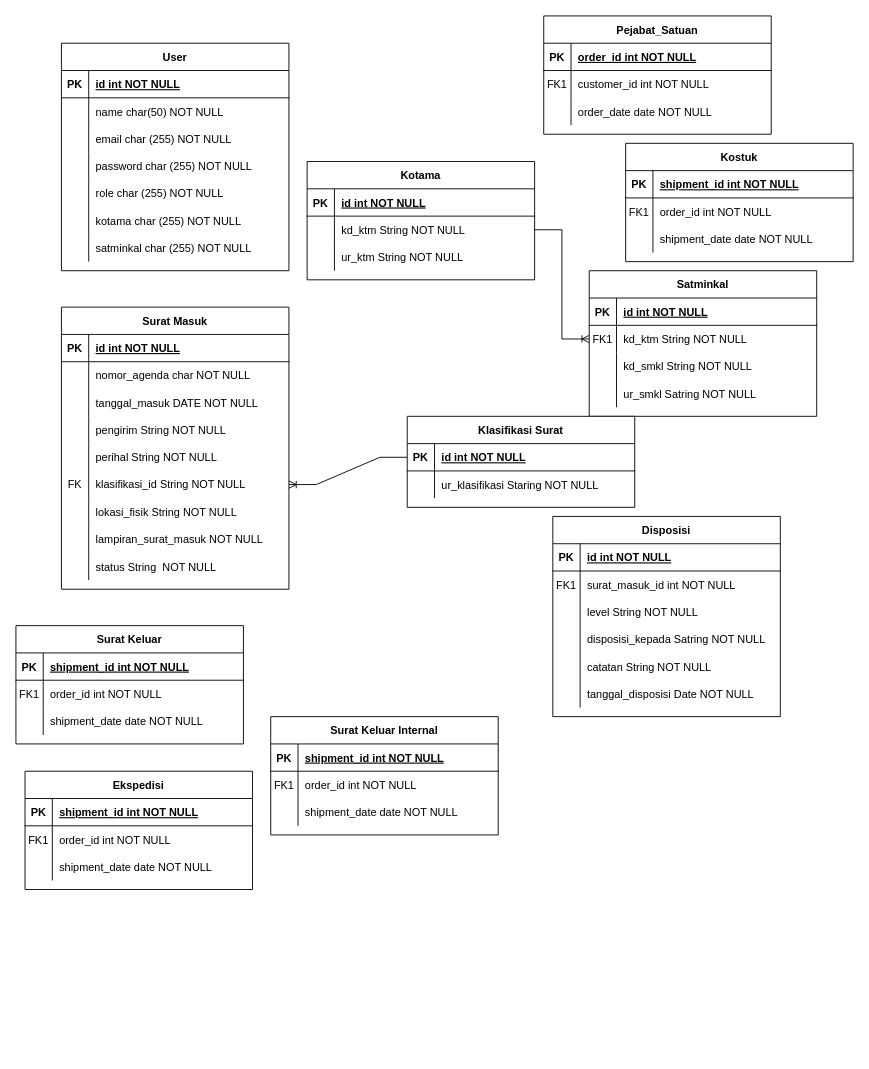
This is Untitled Diagram.drawio from frizcool/frizcool, a draw.io file, before an edit. Source tidied: cells renumbered, new cells numbered last; positions are measured from the earlier drawing's top-left corner, leaving out a move shared by most shapes. Both pictures are drawn from the tidied source at 91%, with x=0, y=0 at pixel (15, 15).
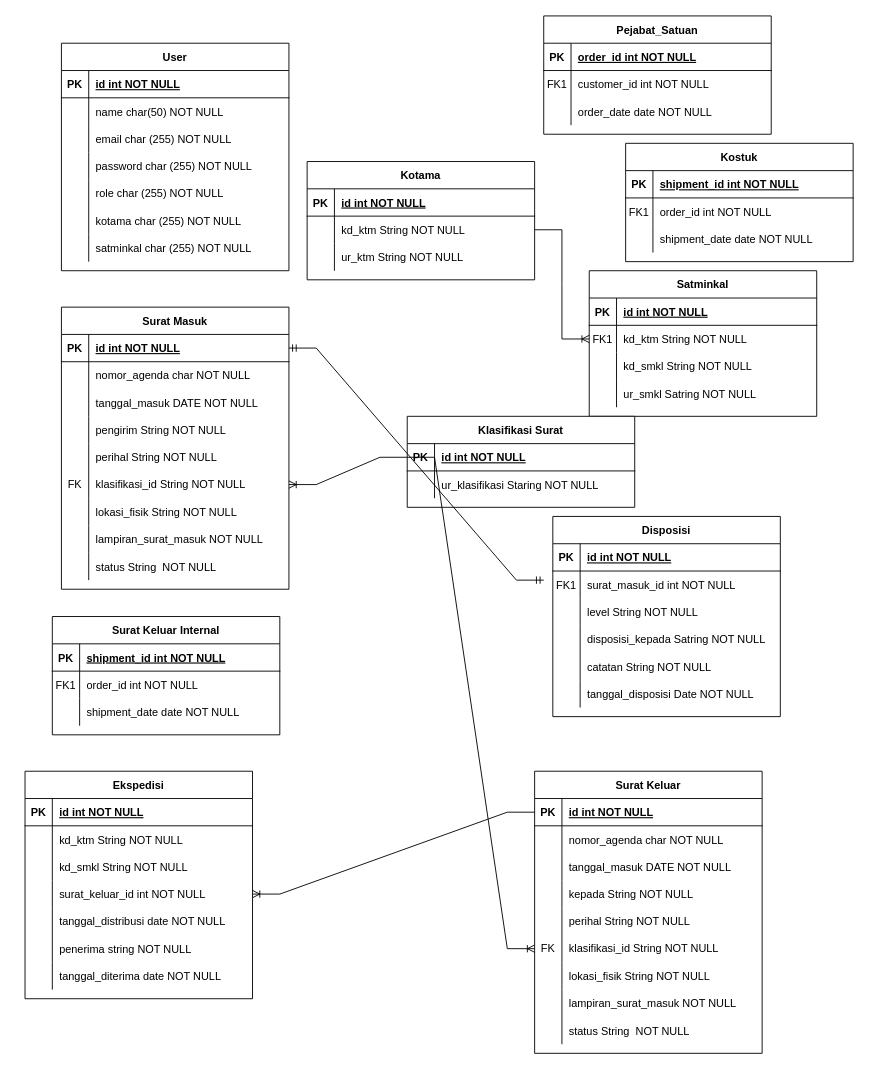
The same page after the edit.

Unchanged cells that the change refers to:
```xml
<mxCell id="68" style="shape=partialRectangle;fillColor=none;points=[[0,0.5],[1,0.5]];portConstraint=eastwest;top=0;left=0;right=0;bottom=1;" parent="67" vertex="1">
  <mxGeometry y="30" width="250" height="30" as="geometry" />
</mxCell>
<mxCell id="114" style="shape=partialRectangle;fillColor=none;top=0;left=0;right=0;bottom=1;" parent="113" vertex="1">
  <mxGeometry y="30" width="250" height="30" as="geometry" />
</mxCell>
<mxCell id="117" style="shape=partialRectangle;fillColor=none;top=0;left=0;right=0;bottom=0;" parent="113" vertex="1">
  <mxGeometry y="60" width="250" height="30" as="geometry" />
</mxCell>
<mxCell id="120" style="shape=partialRectangle;fillColor=none;top=0;left=0;right=0;bottom=0;" parent="113" vertex="1">
  <mxGeometry y="90" width="250" height="30" as="geometry" />
</mxCell>
<mxCell id="124" style="shape=partialRectangle;fillColor=none;points=[[0,0.5],[1,0.5]];portConstraint=eastwest;top=0;left=0;right=0;bottom=1;" parent="123" vertex="1">
  <mxGeometry y="30" width="250" height="30" as="geometry" />
</mxCell>
```

Change to the diagram source:
```diff
@@
-    <mxCell id="93" value="Surat Keluar" style="shape=table;startSize=30;childLayout=tableLayout;rowLines=0;fontStyle=1;align=center;" parent="1" vertex="1">
-      <mxGeometry y="670" width="250" height="130" as="geometry" />
-    </mxCell>
-    <mxCell id="94" style="shape=partialRectangle;fillColor=none;points=[[0,0.5],[1,0.5]];portConstraint=eastwest;top=0;left=0;right=0;bottom=1;" parent="93" vertex="1">
-      <mxGeometry y="30" width="250" height="30" as="geometry" />
-    </mxCell>
-    <mxCell id="95" value="PK" style="shape=partialRectangle;overflow=hidden;fillColor=none;top=0;left=0;bottom=0;right=0;fontStyle=1;" parent="94" vertex="1">
-      <mxGeometry width="30" height="30" as="geometry" />
-    </mxCell>
-    <mxCell id="96" value="shipment_id int NOT NULL " style="shape=partialRectangle;overflow=hidden;fillColor=none;top=0;left=0;bottom=0;right=0;align=left;spacingLeft=6;fontStyle=5;" parent="94" vertex="1">
-      <mxGeometry x="30" width="220" height="30" as="geometry" />
-    </mxCell>
-    <mxCell id="97" style="shape=partialRectangle;fillColor=none;top=0;left=0;right=0;bottom=0;" parent="93" vertex="1">
-      <mxGeometry y="60" width="250" height="30" as="geometry" />
-    </mxCell>
-    <mxCell id="98" value="FK1" style="shape=partialRectangle;overflow=hidden;fillColor=none;top=0;left=0;bottom=0;right=0;" parent="97" vertex="1">
-      <mxGeometry width="30" height="30" as="geometry" />
-    </mxCell>
-    <mxCell id="99" value="order_id int NOT NULL" style="shape=partialRectangle;overflow=hidden;fillColor=none;top=0;left=0;bottom=0;right=0;align=left;spacingLeft=6;" parent="97" vertex="1">
-      <mxGeometry x="30" width="220" height="30" as="geometry" />
-    </mxCell>
-    <mxCell id="100" style="shape=partialRectangle;fillColor=none;top=0;left=0;right=0;bottom=0;" parent="93" vertex="1">
-      <mxGeometry y="90" width="250" height="30" as="geometry" />
-    </mxCell>
-    <mxCell id="101" style="shape=partialRectangle;overflow=hidden;fillColor=none;top=0;left=0;bottom=0;right=0;" parent="100" vertex="1">
-      <mxGeometry width="30" height="30" as="geometry" />
-    </mxCell>
-    <mxCell id="102" value="shipment_date date NOT NULL" style="shape=partialRectangle;overflow=hidden;fillColor=none;top=0;left=0;bottom=0;right=0;align=left;spacingLeft=6;" parent="100" vertex="1">
-      <mxGeometry x="30" width="220" height="30" as="geometry" />
-    </mxCell>
     <mxCell id="103" value="Surat Keluar Internal" style="shape=table;startSize=30;childLayout=tableLayout;rowLines=0;fontStyle=1;align=center;" parent="1" vertex="1">
-      <mxGeometry x="280" y="770" width="250" height="130" as="geometry" />
+      <mxGeometry x="40" y="660" width="250" height="130" as="geometry" />
     </mxCell>
@@
     <mxCell id="113" value="Ekspedisi" style="shape=table;startSize=30;childLayout=tableLayout;rowLines=0;fontStyle=1;align=center;" parent="1" vertex="1">
-      <mxGeometry x="10" y="830" width="250" height="130" as="geometry" />
+      <mxGeometry x="10" y="830" width="250" height="250" as="geometry" />
     </mxCell>
@@
-    <mxCell id="116" value="shipment_id int NOT NULL " style="shape=partialRectangle;overflow=hidden;fillColor=none;top=0;left=0;bottom=0;right=0;align=left;spacingLeft=6;fontStyle=5;" parent="114" vertex="1">
+    <mxCell id="116" value="id int NOT NULL " style="shape=partialRectangle;overflow=hidden;fillColor=none;top=0;left=0;bottom=0;right=0;align=left;spacingLeft=6;fontStyle=5;" parent="114" vertex="1">
       <mxGeometry x="30" width="220" height="30" as="geometry" />
     </mxCell>
@@
-    <mxCell id="118" value="FK1" style="shape=partialRectangle;overflow=hidden;fillColor=none;top=0;left=0;bottom=0;right=0;" parent="117" vertex="1">
+    <mxCell id="118" style="shape=partialRectangle;overflow=hidden;fillColor=none;top=0;left=0;bottom=0;right=0;" parent="117" vertex="1">
       <mxGeometry width="30" height="30" as="geometry" />
     </mxCell>
-    <mxCell id="119" value="order_id int NOT NULL" style="shape=partialRectangle;overflow=hidden;fillColor=none;top=0;left=0;bottom=0;right=0;align=left;spacingLeft=6;" parent="117" vertex="1">
+    <mxCell id="119" value="kd_ktm String NOT NULL" style="shape=partialRectangle;overflow=hidden;fillColor=none;top=0;left=0;bottom=0;right=0;align=left;spacingLeft=6;" parent="117" vertex="1">
       <mxGeometry x="30" width="220" height="30" as="geometry" />
     </mxCell>
@@
-    <mxCell id="122" value="shipment_date date NOT NULL" style="shape=partialRectangle;overflow=hidden;fillColor=none;top=0;left=0;bottom=0;right=0;align=left;spacingLeft=6;" parent="120" vertex="1">
+    <mxCell id="122" value="kd_smkl String NOT NULL" style="shape=partialRectangle;overflow=hidden;fillColor=none;top=0;left=0;bottom=0;right=0;align=left;spacingLeft=6;" parent="120" vertex="1">
       <mxGeometry x="30" width="220" height="30" as="geometry" />
     </mxCell>
+    <mxCell id="153" style="shape=tableRow;horizontal=0;startSize=0;swimlaneHead=0;swimlaneBody=0;fillColor=none;points=[[0,0.5],[1,0.5]];portConstraint=eastwest;top=0;left=0;right=0;bottom=0;" parent="113" vertex="1">
+      <mxGeometry y="120" width="250" height="30" as="geometry" />
+    </mxCell>
+    <mxCell id="154" style="shape=partialRectangle;fillColor=none;top=0;left=0;bottom=0;right=0;overflow=hidden;" parent="153" vertex="1">
+      <mxGeometry width="30" height="30" as="geometry" />
+    </mxCell>
+    <mxCell id="155" value="surat_keluar_id int NOT NULL" style="shape=partialRectangle;fillColor=none;top=0;left=0;bottom=0;right=0;align=left;spacingLeft=6;overflow=hidden;" parent="153" vertex="1">
+      <mxGeometry x="30" width="220" height="30" as="geometry" />
+    </mxCell>
+    <mxCell id="156" style="shape=tableRow;horizontal=0;startSize=0;swimlaneHead=0;swimlaneBody=0;fillColor=none;top=0;left=0;right=0;bottom=0;" parent="113" vertex="1">
+      <mxGeometry y="150" width="250" height="30" as="geometry" />
+    </mxCell>
+    <mxCell id="157" style="shape=partialRectangle;fillColor=none;top=0;left=0;bottom=0;right=0;overflow=hidden;" parent="156" vertex="1">
+      <mxGeometry width="30" height="30" as="geometry" />
+    </mxCell>
+    <mxCell id="158" value="tanggal_distribusi date NOT NULL" style="shape=partialRectangle;fillColor=none;top=0;left=0;bottom=0;right=0;align=left;spacingLeft=6;overflow=hidden;" parent="156" vertex="1">
+      <mxGeometry x="30" width="220" height="30" as="geometry" />
+    </mxCell>
+    <mxCell id="159" style="shape=tableRow;horizontal=0;startSize=0;swimlaneHead=0;swimlaneBody=0;fillColor=none;top=0;left=0;right=0;bottom=0;" parent="113" vertex="1">
+      <mxGeometry y="180" width="250" height="30" as="geometry" />
+    </mxCell>
+    <mxCell id="160" style="shape=partialRectangle;fillColor=none;top=0;left=0;bottom=0;right=0;overflow=hidden;" parent="159" vertex="1">
+      <mxGeometry width="30" height="30" as="geometry" />
+    </mxCell>
+    <mxCell id="161" value="penerima string NOT NULL" style="shape=partialRectangle;fillColor=none;top=0;left=0;bottom=0;right=0;align=left;spacingLeft=6;overflow=hidden;" parent="159" vertex="1">
+      <mxGeometry x="30" width="220" height="30" as="geometry" />
+    </mxCell>
+    <mxCell id="162" style="shape=tableRow;horizontal=0;startSize=0;swimlaneHead=0;swimlaneBody=0;fillColor=none;top=0;left=0;right=0;bottom=0;" parent="113" vertex="1">
+      <mxGeometry y="210" width="250" height="30" as="geometry" />
+    </mxCell>
+    <mxCell id="163" style="shape=partialRectangle;fillColor=none;top=0;left=0;bottom=0;right=0;overflow=hidden;" parent="162" vertex="1">
+      <mxGeometry width="30" height="30" as="geometry" />
+    </mxCell>
+    <mxCell id="164" value="tanggal_diterima date NOT NULL" style="shape=partialRectangle;fillColor=none;top=0;left=0;bottom=0;right=0;align=left;spacingLeft=6;overflow=hidden;" parent="162" vertex="1">
+      <mxGeometry x="30" width="220" height="30" as="geometry" />
+    </mxCell>
@@
+    <mxCell id="93" value="Surat Keluar" style="shape=table;startSize=30;childLayout=tableLayout;rowLines=0;fontStyle=1;align=center;" parent="1" vertex="1">
+      <mxGeometry x="570" y="830" width="250" height="310" as="geometry" />
+    </mxCell>
+    <mxCell id="94" style="shape=partialRectangle;fillColor=none;points=[[0,0.5],[1,0.5]];portConstraint=eastwest;top=0;left=0;right=0;bottom=1;" parent="93" vertex="1">
+      <mxGeometry y="30" width="250" height="30" as="geometry" />
+    </mxCell>
+    <mxCell id="95" value="PK" style="shape=partialRectangle;overflow=hidden;fillColor=none;top=0;left=0;bottom=0;right=0;fontStyle=1;" parent="94" vertex="1">
+      <mxGeometry width="30" height="30" as="geometry" />
+    </mxCell>
+    <mxCell id="165" value="id int NOT NULL " style="shape=partialRectangle;overflow=hidden;fillColor=none;top=0;left=0;bottom=0;right=0;align=left;spacingLeft=6;fontStyle=5;" parent="94" vertex="1">
+      <mxGeometry x="30" width="220" height="30" as="geometry" />
+    </mxCell>
+    <mxCell id="166" style="shape=tableRow;horizontal=0;startSize=0;swimlaneHead=0;swimlaneBody=0;fillColor=none;top=0;left=0;right=0;bottom=0;" parent="93" vertex="1">
+      <mxGeometry y="60" width="250" height="30" as="geometry" />
+    </mxCell>
+    <mxCell id="167" style="shape=partialRectangle;fillColor=none;top=0;left=0;bottom=0;right=0;overflow=hidden;" parent="166" vertex="1">
+      <mxGeometry width="30" height="30" as="geometry" />
+    </mxCell>
+    <mxCell id="168" value="nomor_agenda char NOT NULL" style="shape=partialRectangle;fillColor=none;top=0;left=0;bottom=0;right=0;align=left;spacingLeft=6;overflow=hidden;" parent="166" vertex="1">
+      <mxGeometry x="30" width="220" height="30" as="geometry" />
+    </mxCell>
+    <mxCell id="169" style="shape=tableRow;horizontal=0;startSize=0;swimlaneHead=0;swimlaneBody=0;fillColor=none;top=0;left=0;right=0;bottom=0;" parent="93" vertex="1">
+      <mxGeometry y="90" width="250" height="30" as="geometry" />
+    </mxCell>
+    <mxCell id="170" style="shape=partialRectangle;fillColor=none;top=0;left=0;bottom=0;right=0;overflow=hidden;" parent="169" vertex="1">
+      <mxGeometry width="30" height="30" as="geometry" />
+    </mxCell>
+    <mxCell id="171" value="tanggal_masuk DATE NOT NULL" style="shape=partialRectangle;fillColor=none;top=0;left=0;bottom=0;right=0;align=left;spacingLeft=6;overflow=hidden;" parent="169" vertex="1">
+      <mxGeometry x="30" width="220" height="30" as="geometry" />
+    </mxCell>
+    <mxCell id="172" style="shape=tableRow;horizontal=0;startSize=0;swimlaneHead=0;swimlaneBody=0;fillColor=none;top=0;left=0;right=0;bottom=0;" parent="93" vertex="1">
+      <mxGeometry y="120" width="250" height="30" as="geometry" />
+    </mxCell>
+    <mxCell id="173" style="shape=partialRectangle;fillColor=none;top=0;left=0;bottom=0;right=0;overflow=hidden;" parent="172" vertex="1">
+      <mxGeometry width="30" height="30" as="geometry" />
+    </mxCell>
+    <mxCell id="174" value="kepada String NOT NULL" style="shape=partialRectangle;fillColor=none;top=0;left=0;bottom=0;right=0;align=left;spacingLeft=6;overflow=hidden;" parent="172" vertex="1">
+      <mxGeometry x="30" width="220" height="30" as="geometry" />
+    </mxCell>
+    <mxCell id="175" style="shape=tableRow;horizontal=0;startSize=0;swimlaneHead=0;swimlaneBody=0;fillColor=none;top=0;left=0;right=0;bottom=0;" parent="93" vertex="1">
+      <mxGeometry y="150" width="250" height="30" as="geometry" />
+    </mxCell>
+    <mxCell id="176" style="shape=partialRectangle;fillColor=none;top=0;left=0;bottom=0;right=0;overflow=hidden;" parent="175" vertex="1">
+      <mxGeometry width="30" height="30" as="geometry" />
+    </mxCell>
+    <mxCell id="177" value="perihal String NOT NULL" style="shape=partialRectangle;fillColor=none;top=0;left=0;bottom=0;right=0;align=left;spacingLeft=6;overflow=hidden;" parent="175" vertex="1">
+      <mxGeometry x="30" width="220" height="30" as="geometry" />
+    </mxCell>
+    <mxCell id="178" style="shape=tableRow;horizontal=0;startSize=0;swimlaneHead=0;swimlaneBody=0;fillColor=none;points=[[0,0.5],[1,0.5]];portConstraint=eastwest;top=0;left=0;right=0;bottom=0;" parent="93" vertex="1">
+      <mxGeometry y="180" width="250" height="30" as="geometry" />
+    </mxCell>
+    <mxCell id="179" value="FK" style="shape=partialRectangle;fillColor=none;top=0;left=0;bottom=0;right=0;fontStyle=0;overflow=hidden;whiteSpace=wrap;html=1;" parent="178" vertex="1">
+      <mxGeometry width="30" height="30" as="geometry" />
+    </mxCell>
+    <mxCell id="180" value="klasifikasi_id String NOT NULL" style="shape=partialRectangle;fillColor=none;top=0;left=0;bottom=0;right=0;align=left;spacingLeft=6;fontStyle=0;overflow=hidden;whiteSpace=wrap;html=1;" parent="178" vertex="1">
+      <mxGeometry x="30" width="220" height="30" as="geometry" />
+    </mxCell>
+    <mxCell id="181" style="shape=tableRow;horizontal=0;startSize=0;swimlaneHead=0;swimlaneBody=0;fillColor=none;top=0;left=0;right=0;bottom=0;" parent="93" vertex="1">
+      <mxGeometry y="210" width="250" height="30" as="geometry" />
+    </mxCell>
+    <mxCell id="182" style="shape=partialRectangle;fillColor=none;top=0;left=0;bottom=0;right=0;overflow=hidden;" parent="181" vertex="1">
+      <mxGeometry width="30" height="30" as="geometry" />
+    </mxCell>
+    <mxCell id="183" value="lokasi_fisik String NOT NULL" style="shape=partialRectangle;fillColor=none;top=0;left=0;bottom=0;right=0;align=left;spacingLeft=6;overflow=hidden;" parent="181" vertex="1">
+      <mxGeometry x="30" width="220" height="30" as="geometry" />
+    </mxCell>
+    <mxCell id="184" style="shape=tableRow;horizontal=0;startSize=0;swimlaneHead=0;swimlaneBody=0;fillColor=none;top=0;left=0;right=0;bottom=0;" parent="93" vertex="1">
+      <mxGeometry y="240" width="250" height="30" as="geometry" />
+    </mxCell>
+    <mxCell id="185" style="shape=partialRectangle;fillColor=none;top=0;left=0;bottom=0;right=0;overflow=hidden;" parent="184" vertex="1">
+      <mxGeometry width="30" height="30" as="geometry" />
+    </mxCell>
+    <mxCell id="186" value="lampiran_surat_masuk NOT NULL" style="shape=partialRectangle;fillColor=none;top=0;left=0;bottom=0;right=0;align=left;spacingLeft=6;overflow=hidden;" parent="184" vertex="1">
+      <mxGeometry x="30" width="220" height="30" as="geometry" />
+    </mxCell>
+    <mxCell id="187" style="shape=tableRow;horizontal=0;startSize=0;swimlaneHead=0;swimlaneBody=0;fillColor=none;top=0;left=0;right=0;bottom=0;" parent="93" vertex="1">
+      <mxGeometry y="270" width="250" height="30" as="geometry" />
+    </mxCell>
+    <mxCell id="188" style="shape=partialRectangle;fillColor=none;top=0;left=0;bottom=0;right=0;overflow=hidden;" parent="187" vertex="1">
+      <mxGeometry width="30" height="30" as="geometry" />
+    </mxCell>
+    <mxCell id="189" value="status String  NOT NULL" style="shape=partialRectangle;fillColor=none;top=0;left=0;bottom=0;right=0;align=left;spacingLeft=6;overflow=hidden;" parent="187" vertex="1">
+      <mxGeometry x="30" width="220" height="30" as="geometry" />
+    </mxCell>
+    <mxCell id="190" style="edgeStyle=entityRelationEdgeStyle;fontSize=12;html=1;endArrow=ERoneToMany;rounded=0;exitX=0;exitY=0.5;exitDx=0;exitDy=0;entryX=0;entryY=0.5;entryDx=0;entryDy=0;" parent="1" edge="1" source="68" target="178">
+      <mxGeometry relative="1" as="geometry" />
+    </mxCell>
+    <mxCell id="191" style="edgeStyle=entityRelationEdgeStyle;fontSize=12;html=1;endArrow=ERmandOne;startArrow=ERmandOne;rounded=0;exitX=1;exitY=0.5;exitDx=0;exitDy=0;" parent="1" edge="1" source="124">
+      <mxGeometry relative="1" as="geometry">
+        <mxPoint x="580" y="620" as="targetPoint" />
+      </mxGeometry>
+    </mxCell>
+    <mxCell id="192" style="edgeStyle=entityRelationEdgeStyle;fontSize=12;html=1;endArrow=ERoneToMany;rounded=0;exitX=0;exitY=0.5;exitDx=0;exitDy=0;" parent="1" edge="1" source="94" target="153">
+      <mxGeometry relative="1" as="geometry" />
+    </mxCell>
```
